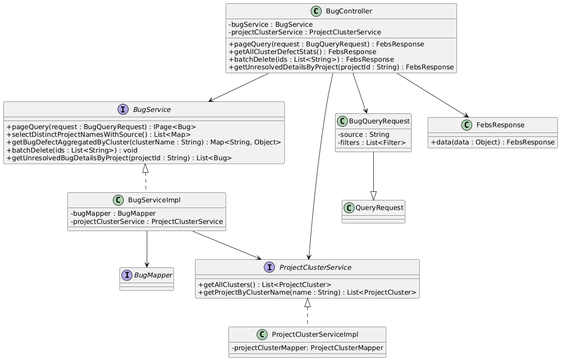
This is imgs/cLass/缺陷管理类图.png from Moon-Knight1/SEU-Graduation-Thesis-Template, a PlantUML export, as it was before one commit. Source of this version:
```plantuml
@startuml
skinparam classAttributeIconSize 0

class BugController {
    - bugService : BugService
    - projectClusterService : ProjectClusterService
    + pageQuery(request : BugQueryRequest) : FebsResponse
    + getAllClusterDefectStats() : FebsResponse
    + batchDelete(ids : List<String>) : FebsResponse
    + getUnresolvedDetailsByProject(projectId : String) : FebsResponse
}

interface BugService {
    + pageQuery(request : BugQueryRequest) : IPage<Bug>
    + selectDistinctProjectNamesWithSource() : List<Map>
    + getBugDefectAggregatedByCluster(clusterName : String) : Map<String, Object>
    + batchDelete(ids : List<String>) : void
    + getUnresolvedBugDetailsByProject(projectId : String) : List<Bug>
}

interface ProjectClusterService {
    + getAllClusters() : List<ProjectCluster>
    + getProjectByClusterName(name : String) : List<ProjectCluster>
}

class BugServiceImpl {
    - bugMapper : BugMapper
    - projectClusterService : ProjectClusterService
}

interface BugMapper{}

class ProjectClusterServiceImpl {
    - projectClusterMapper: ProjectClusterMapper
}

class QueryRequest {
}

class BugQueryRequest {
    - source : String
    - filters : List<Filter>
}

class FebsResponse {
    + data(data : Object) : FebsResponse
}

BugController --> BugService
BugController --> ProjectClusterService
BugController --> BugQueryRequest
BugController --> FebsResponse

BugService <|.. BugServiceImpl
ProjectClusterService <|.. ProjectClusterServiceImpl

BugServiceImpl --> BugMapper
BugServiceImpl --> ProjectClusterService

BugQueryRequest --|> QueryRequest
@enduml
```
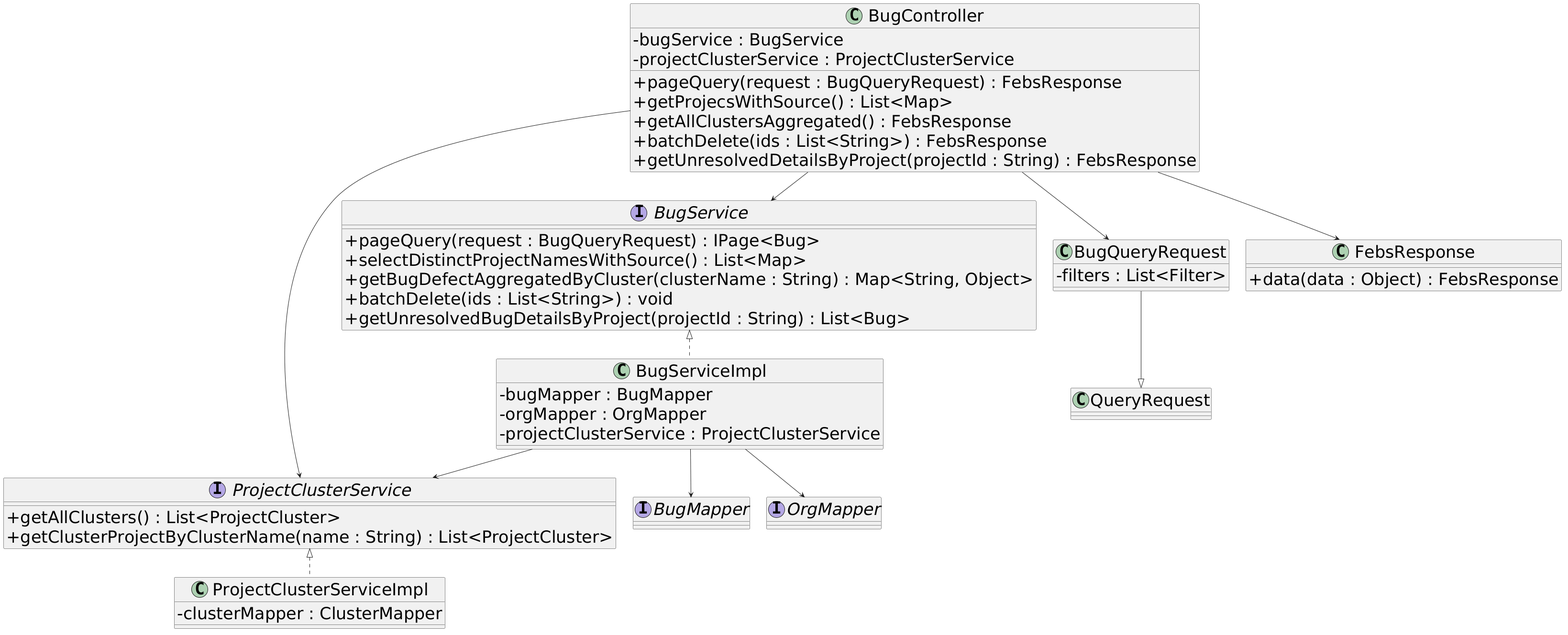
Later version of the same file.

The edit, as a diff of the source:
```diff
@@ -1,11 +1,13 @@
 @startuml
+skinparam defaultFontSize 35
 skinparam classAttributeIconSize 0
 
 class BugController {
     - bugService : BugService
     - projectClusterService : ProjectClusterService
     + pageQuery(request : BugQueryRequest) : FebsResponse
-    + getAllClusterDefectStats() : FebsResponse
+    + getProjecsWithSource() : List<Map>
+    + getAllClustersAggregated() : FebsResponse
     + batchDelete(ids : List<String>) : FebsResponse
     + getUnresolvedDetailsByProject(projectId : String) : FebsResponse
 }
@@ -20,25 +22,26 @@
 
 interface ProjectClusterService {
     + getAllClusters() : List<ProjectCluster>
-    + getProjectByClusterName(name : String) : List<ProjectCluster>
+    + getClusterProjectByClusterName(name : String) : List<ProjectCluster>
 }
 
 class BugServiceImpl {
     - bugMapper : BugMapper
+    - orgMapper : OrgMapper
     - projectClusterService : ProjectClusterService
 }
 
 interface BugMapper{}
+interface OrgMapper{}
 
 class ProjectClusterServiceImpl {
-    - projectClusterMapper: ProjectClusterMapper
+    - clusterMapper : ClusterMapper
 }
 
 class QueryRequest {
 }
 
 class BugQueryRequest {
-    - source : String
     - filters : List<Filter>
 }
 
@@ -55,6 +58,7 @@
 ProjectClusterService <|.. ProjectClusterServiceImpl
 
 BugServiceImpl --> BugMapper
+BugServiceImpl --> OrgMapper
 BugServiceImpl --> ProjectClusterService
 
 BugQueryRequest --|> QueryRequest
```
